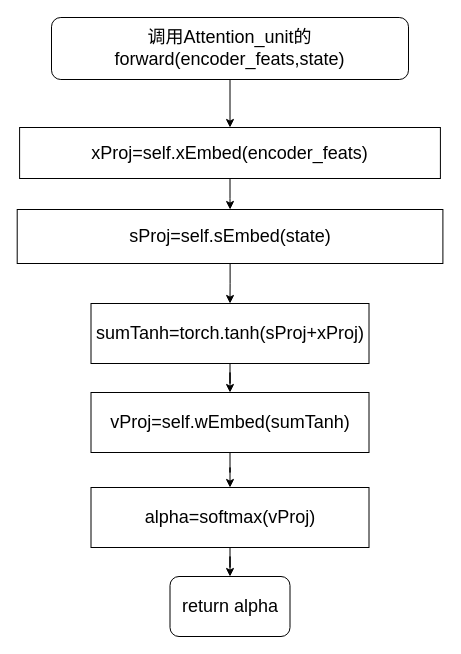
The draw.io diagram thesis_att_net3.drawio in Dong-J93/_pictures, before the edit. Source tidied: cells renumbered, new cells numbered last; positions are measured from the earlier drawing's top-left corner, leaving out a move shared by most shapes. Both pictures are drawn from the tidied source at 100%, with x=0, y=0 at pixel (17, 17).
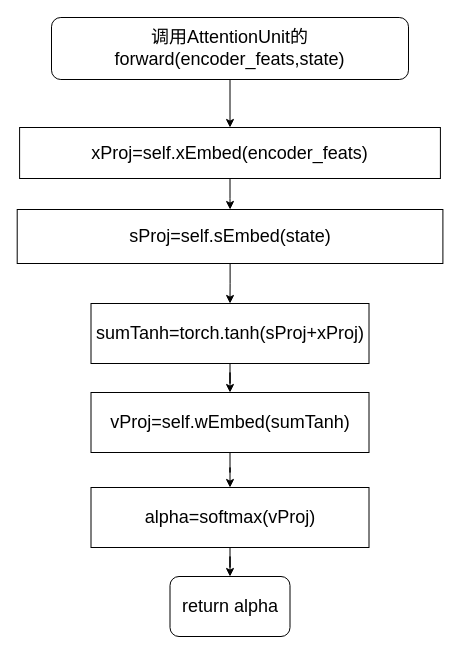
Above is the later version.

What changed in the source:
```diff
@@
 <mxGraphModel>
   <root>
     <mxCell id="0" />
     <mxCell id="1" parent="0" />
     <mxCell id="2" style="edgeStyle=orthogonalEdgeStyle;rounded=0;jettySize=auto;html=1;" parent="1" edge="1" source="3" target="5">
       <mxGeometry relative="1" as="geometry" />
     </mxCell>
-    <mxCell id="3" value="&lt;font style=&quot;font-size: 18px;&quot;&gt;调用Attention_unit的forward(encoder_feats,state)&lt;/font&gt;" style="rounded=1;whiteSpace=wrap;html=1;" parent="1" vertex="1">
+    <mxCell id="3" value="&lt;font style=&quot;font-size: 18px;&quot;&gt;调用AttentionUnit的forward(encoder_feats,state)&lt;/font&gt;" style="rounded=1;whiteSpace=wrap;html=1;" parent="1" vertex="1">
       <mxGeometry x="34" width="357" height="62" as="geometry" />
     </mxCell>
     <mxCell id="4" style="edgeStyle=orthogonalEdgeStyle;rounded=0;jettySize=auto;html=1;" parent="1" edge="1" source="5" target="7">
       <mxGeometry relative="1" as="geometry" />
     </mxCell>
     <mxCell id="5" value="&lt;font style=&quot;font-size: 18px;&quot;&gt;xProj=self.xEmbed(encoder_feats)&lt;/font&gt;" style="rounded=0;whiteSpace=wrap;html=1;" parent="1" vertex="1">
       <mxGeometry x="2.1" y="110" width="420.8" height="51" as="geometry" />
     </mxCell>
     <mxCell id="6" style="edgeStyle=orthogonalEdgeStyle;rounded=0;jettySize=auto;html=1;" parent="1" edge="1" source="7" target="9">
       <mxGeometry relative="1" as="geometry" />
     </mxCell>
     <mxCell id="7" value="&lt;font style=&quot;font-size: 18px;&quot;&gt;sProj=self.sEmbed(state)&lt;/font&gt;" style="rounded=0;whiteSpace=wrap;html=1;" parent="1" vertex="1">
       <mxGeometry x="-0.3" y="192" width="425.7" height="54" as="geometry" />
     </mxCell>
     <mxCell id="8" style="edgeStyle=orthogonalEdgeStyle;rounded=0;jettySize=auto;html=1;" parent="1" edge="1" source="9" target="11">
       <mxGeometry relative="1" as="geometry" />
     </mxCell>
     <mxCell id="9" value="&lt;font style=&quot;font-size: 18px;&quot;&gt;sumTanh=torch.tanh(sProj+xProj)&lt;/font&gt;" style="whiteSpace=wrap;html=1;rounded=0;" parent="1" vertex="1">
       <mxGeometry x="73.5" y="286" width="278" height="60" as="geometry" />
     </mxCell>
     <mxCell id="10" style="edgeStyle=orthogonalEdgeStyle;rounded=0;jettySize=auto;html=1;" parent="1" edge="1" source="11" target="13">
       <mxGeometry relative="1" as="geometry" />
     </mxCell>
     <mxCell id="11" value="&lt;font style=&quot;font-size: 18px;&quot;&gt;vProj=self.wEmbed(sumTanh)&lt;/font&gt;" style="whiteSpace=wrap;html=1;rounded=0;" parent="1" vertex="1">
       <mxGeometry x="73.5" y="375" width="278" height="60" as="geometry" />
     </mxCell>
     <mxCell id="12" style="edgeStyle=orthogonalEdgeStyle;rounded=0;jettySize=auto;html=1;" parent="1" edge="1" source="13" target="14">
       <mxGeometry relative="1" as="geometry" />
     </mxCell>
     <mxCell id="13" value="&lt;font style=&quot;font-size: 18px;&quot;&gt;alpha=softmax(vProj)&lt;/font&gt;" style="whiteSpace=wrap;html=1;rounded=0;" parent="1" vertex="1">
       <mxGeometry x="73.5" y="470" width="278" height="60" as="geometry" />
     </mxCell>
     <mxCell id="14" value="&lt;font style=&quot;font-size: 18px;&quot;&gt;return alpha&lt;/font&gt;" style="rounded=1;whiteSpace=wrap;html=1;" parent="1" vertex="1">
       <mxGeometry x="152.5" y="559" width="120" height="60" as="geometry" />
     </mxCell>
   </root>
 </mxGraphModel>
```
